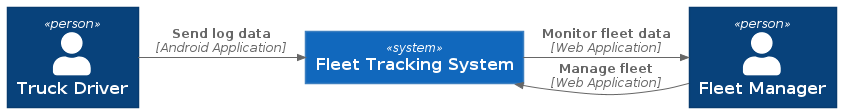
The PlantUML diagram docs/report/diag/system_context.png in tevoza/fleet-tracker, before a commit. Its diagram source:
```plantuml
@startuml system_context
!include https://raw.githubusercontent.com/plantuml-stdlib/C4-PlantUML/master/C4_Container.puml

Person(driver, "Truck Driver")
System(trackingSys, "Fleet Tracking System")
Person(manager, "Fleet Manager")

Rel_R(driver, trackingSys, "Send log data", "Android Application")
Rel_L(trackingSys, manager, "Monitor fleet data", "Web Application")
Rel_L(manager, trackingSys , "Manage fleet", "Web Application")
@enduml
```
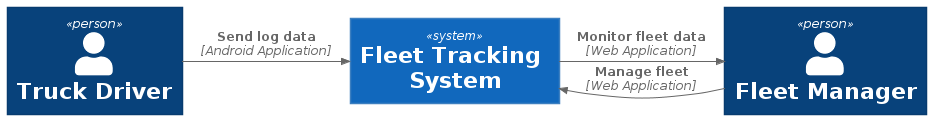
The same file after the commit.

Change to the diagram source:
```diff
@@ -1,5 +1,6 @@
-@startuml system_context
+@startuml
 !include https://raw.githubusercontent.com/plantuml-stdlib/C4-PlantUML/master/C4_Container.puml
+skinparam defaultFontSize 20
 
 Person(driver, "Truck Driver")
 System(trackingSys, "Fleet Tracking System")
@@ -8,4 +9,5 @@
 Rel_R(driver, trackingSys, "Send log data", "Android Application")
 Rel_L(trackingSys, manager, "Monitor fleet data", "Web Application")
 Rel_L(manager, trackingSys , "Manage fleet", "Web Application")
+
 @enduml
```
